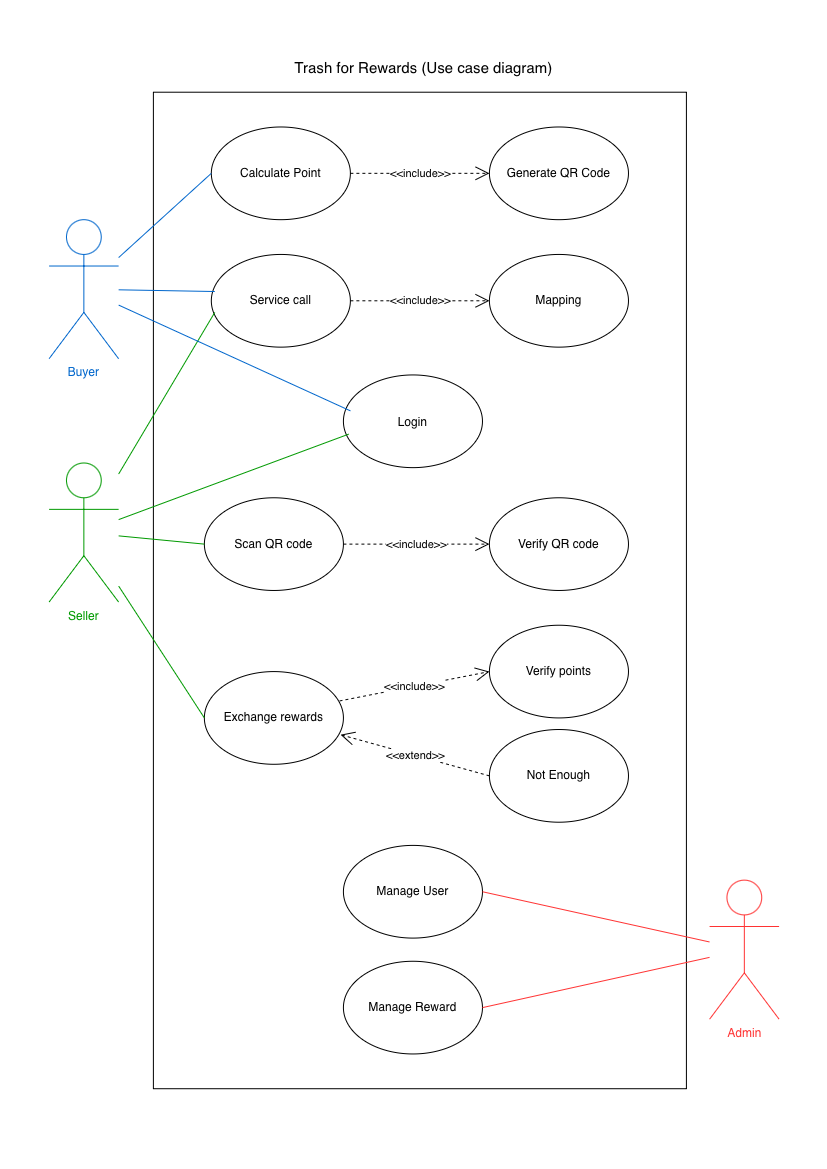
Before: usecase-diagram.png, a diagram exported from draw.io (supxreal/All-diagrams). Source tidied: cells renumbered, new cells last; positions are measured from the earlier drawing's top-left corner, leaving out a move shared by most shapes.
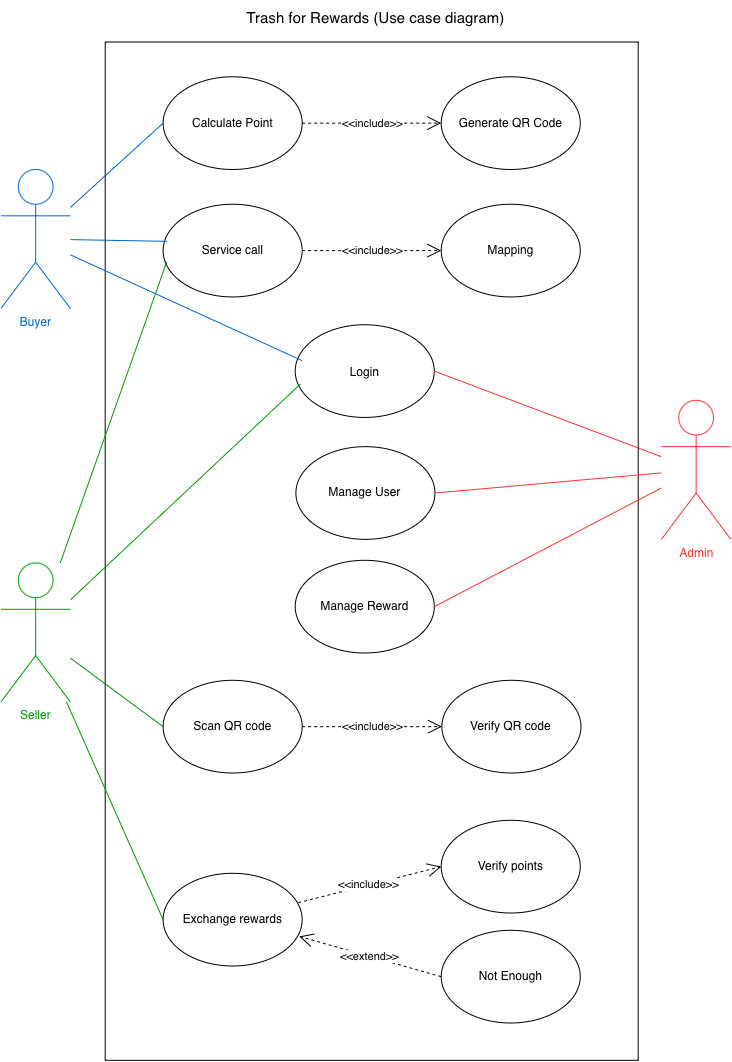
The same file after the commit.

What changed in the source:
```diff
@@ -2,101 +2,104 @@
   <root>
     <mxCell id="0" />
     <mxCell id="1" parent="0" />
-    <mxCell id="2" style="group;" parent="1" vertex="1">
-      <mxGeometry width="730" height="1038.2" as="geometry" />
-    </mxCell>
-    <mxCell id="3" style="rounded=0;whiteSpace=wrap;html=1;" parent="2" vertex="1">
-      <mxGeometry x="104.3" y="41.7" width="533" height="996.5" as="geometry" />
-    </mxCell>
+    <mxCell id="34" style="group;rounded=0;" parent="1" vertex="1">
+      <mxGeometry y="1177" width="730" height="1060" as="geometry" />
+    </mxCell>
+    <mxCell id="35" style="rounded=0;whiteSpace=wrap;html=1;" parent="34" vertex="1">
+      <mxGeometry x="104.3" y="41.7" width="533" height="1018.3" as="geometry" />
+    </mxCell>
-    <mxCell id="4" value="Seller" style="shape=umlActor;verticalLabelPosition=bottom;verticalAlign=top;html=1;outlineConnect=0;fontColor=#009900;strokeColor=#009900;" parent="2" vertex="1">
-      <mxGeometry y="412.5" width="69.5" height="139" as="geometry" />
+    <mxCell id="4" value="Seller" style="shape=umlActor;verticalLabelPosition=bottom;verticalAlign=top;html=1;outlineConnect=0;fontColor=#009900;strokeColor=#009900;rounded=0;" parent="34" vertex="1">
+      <mxGeometry y="562.6" width="69.5" height="139" as="geometry" />
     </mxCell>
-    <mxCell id="5" value="Buyer" style="shape=umlActor;verticalLabelPosition=bottom;verticalAlign=top;html=1;outlineConnect=0;strokeColor=#0066CC;fontColor=#0066CC;" parent="2" vertex="1">
+    <mxCell id="5" value="Buyer" style="shape=umlActor;verticalLabelPosition=bottom;verticalAlign=top;html=1;outlineConnect=0;strokeColor=#0066CC;fontColor=#0066CC;rounded=0;" parent="34" vertex="1">
       <mxGeometry y="169.2" width="69.5" height="139" as="geometry" />
     </mxCell>
-    <mxCell id="6" value="Admin" style="shape=umlActor;verticalLabelPosition=bottom;verticalAlign=top;html=1;outlineConnect=0;strokeColor=#FF3333;fontColor=#FF3333;" parent="2" vertex="1">
-      <mxGeometry x="660.5" y="829.6" width="69.5" height="139" as="geometry" />
+    <mxCell id="6" value="Admin" style="shape=umlActor;verticalLabelPosition=bottom;verticalAlign=top;html=1;outlineConnect=0;strokeColor=#FF3333;fontColor=#FF3333;rounded=0;" parent="34" vertex="1">
+      <mxGeometry x="660.5" y="400" width="69.5" height="139" as="geometry" />
     </mxCell>
-    <mxCell id="7" value="Calculate Point" style="ellipse;whiteSpace=wrap;html=1;shapeInside=1;" parent="2" vertex="1">
+    <mxCell id="7" value="Calculate Point" style="ellipse;whiteSpace=wrap;html=1;shapeInside=1;rounded=0;" parent="34" vertex="1">
       <mxGeometry x="162.2" y="76.5" width="139" height="92.7" as="geometry" />
     </mxCell>
-    <mxCell id="8" value="Generate QR Code" style="ellipse;whiteSpace=wrap;html=1;shapeInside=1;" parent="2" vertex="1">
+    <mxCell id="8" value="Generate QR Code" style="ellipse;whiteSpace=wrap;html=1;shapeInside=1;rounded=0;" parent="34" vertex="1">
       <mxGeometry x="440.3" y="76.5" width="139" height="92.7" as="geometry" />
     </mxCell>
-    <mxCell id="9" value="Service call" style="ellipse;whiteSpace=wrap;html=1;shapeInside=1;" parent="2" vertex="1">
+    <mxCell id="9" value="Service call" style="ellipse;whiteSpace=wrap;html=1;shapeInside=1;rounded=0;" parent="34" vertex="1">
       <mxGeometry x="162.2" y="203.9" width="139" height="92.7" as="geometry" />
     </mxCell>
-    <mxCell id="10" value="Mapping" style="ellipse;whiteSpace=wrap;html=1;shapeInside=1;" parent="2" vertex="1">
+    <mxCell id="10" value="Mapping" style="ellipse;whiteSpace=wrap;html=1;shapeInside=1;rounded=0;" parent="34" vertex="1">
       <mxGeometry x="440.3" y="203.9" width="139" height="92.7" as="geometry" />
     </mxCell>
-    <mxCell id="11" value="Exchange rewards" style="ellipse;whiteSpace=wrap;html=1;shapeInside=1;" parent="2" vertex="1">
-      <mxGeometry x="155.3" y="621.1" width="139" height="92.7" as="geometry" />
+    <mxCell id="11" value="Exchange rewards" style="ellipse;whiteSpace=wrap;html=1;shapeInside=1;rounded=0;" parent="34" vertex="1">
+      <mxGeometry x="162.2" y="873" width="139" height="92.7" as="geometry" />
     </mxCell>
-    <mxCell id="12" value="Verify points" style="ellipse;whiteSpace=wrap;html=1;shapeInside=1;" parent="2" vertex="1">
-      <mxGeometry x="440.3" y="574.7" width="139" height="92.7" as="geometry" />
+    <mxCell id="12" value="Verify points" style="ellipse;whiteSpace=wrap;html=1;shapeInside=1;rounded=0;" parent="34" vertex="1">
+      <mxGeometry x="440.3" y="820" width="139" height="92.7" as="geometry" />
     </mxCell>
-    <mxCell id="13" value="Not Enough" style="ellipse;whiteSpace=wrap;html=1;shapeInside=1;" parent="2" vertex="1">
-      <mxGeometry x="440.3" y="679" width="139" height="92.7" as="geometry" />
+    <mxCell id="13" value="Not Enough" style="ellipse;whiteSpace=wrap;html=1;shapeInside=1;rounded=0;" parent="34" vertex="1">
+      <mxGeometry x="440.3" y="930" width="139" height="92.7" as="geometry" />
     </mxCell>
-    <mxCell id="14" value="Scan QR code" style="ellipse;whiteSpace=wrap;html=1;shapeInside=1;" parent="2" vertex="1">
-      <mxGeometry x="155.3" y="447.3" width="139" height="92.7" as="geometry" />
+    <mxCell id="14" value="Scan QR code" style="ellipse;whiteSpace=wrap;html=1;shapeInside=1;rounded=0;" parent="34" vertex="1">
+      <mxGeometry x="162.2" y="680" width="139" height="92.7" as="geometry" />
     </mxCell>
-    <mxCell id="15" style="endArrow=none;html=1;rounded=0;entryX=0;entryY=0.5;entryDx=0;entryDy=0;fontColor=#0066CC;strokeColor=#0066CC;" parent="2" edge="1" source="5" target="7">
+    <mxCell id="15" style="endArrow=none;html=1;rounded=0;entryX=0;entryY=0.5;entryDx=0;entryDy=0;fontColor=#0066CC;strokeColor=#0066CC;" parent="34" edge="1" source="5" target="7">
       <mxGeometry relative="1" as="geometry" />
     </mxCell>
-    <mxCell id="16" style="endArrow=none;html=1;rounded=0;entryX=0.025;entryY=0.4;entryDx=0;entryDy=0;entryPerimeter=0;fontColor=#0066CC;strokeColor=#0066CC;" parent="2" edge="1" source="5" target="9">
+    <mxCell id="16" style="endArrow=none;html=1;rounded=0;entryX=0.025;entryY=0.4;entryDx=0;entryDy=0;entryPerimeter=0;fontColor=#0066CC;strokeColor=#0066CC;" parent="34" edge="1" source="5" target="9">
       <mxGeometry relative="1" as="geometry" />
     </mxCell>
-    <mxCell id="17" value="&amp;lt;&amp;lt;include&amp;gt;&amp;gt;" style="endArrow=open;endSize=12;dashed=1;html=1;rounded=0;exitX=1;exitY=0.5;exitDx=0;exitDy=0;entryX=0;entryY=0.5;entryDx=0;entryDy=0;" parent="2" edge="1" source="7" target="8">
+    <mxCell id="17" value="&amp;lt;&amp;lt;include&amp;gt;&amp;gt;" style="endArrow=open;endSize=12;dashed=1;html=1;rounded=0;exitX=1;exitY=0.5;exitDx=0;exitDy=0;entryX=0;entryY=0.5;entryDx=0;entryDy=0;" parent="34" edge="1" source="7" target="8">
       <mxGeometry relative="1" as="geometry" />
     </mxCell>
-    <mxCell id="18" value="&amp;lt;&amp;lt;include&amp;gt;&amp;gt;" style="endArrow=open;endSize=12;dashed=1;html=1;rounded=0;exitX=1;exitY=0.5;exitDx=0;exitDy=0;entryX=0;entryY=0.5;entryDx=0;entryDy=0;" parent="2" edge="1" source="9" target="10">
+    <mxCell id="18" value="&amp;lt;&amp;lt;include&amp;gt;&amp;gt;" style="endArrow=open;endSize=12;dashed=1;html=1;rounded=0;exitX=1;exitY=0.5;exitDx=0;exitDy=0;entryX=0;entryY=0.5;entryDx=0;entryDy=0;" parent="34" edge="1" source="9" target="10">
       <mxGeometry relative="1" as="geometry" />
     </mxCell>
-    <mxCell id="19" value="&amp;lt;&amp;lt;include&amp;gt;&amp;gt;" style="endArrow=open;endSize=12;dashed=1;html=1;rounded=0;exitX=0.972;exitY=0.317;exitDx=0;exitDy=0;entryX=0;entryY=0.5;entryDx=0;entryDy=0;exitPerimeter=0;" parent="2" edge="1" source="11" target="12">
+    <mxCell id="19" value="&amp;lt;&amp;lt;include&amp;gt;&amp;gt;" style="endArrow=open;endSize=12;dashed=1;html=1;rounded=0;exitX=0.972;exitY=0.317;exitDx=0;exitDy=0;entryX=0;entryY=0.5;entryDx=0;entryDy=0;exitPerimeter=0;" parent="34" edge="1" source="11" target="12">
       <mxGeometry relative="1" as="geometry" />
     </mxCell>
-    <mxCell id="20" value="&amp;lt;&amp;lt;extend&amp;gt;&amp;gt;" style="endArrow=open;endSize=12;dashed=1;html=1;rounded=0;exitX=0;exitY=0.5;exitDx=0;exitDy=0;entryX=0.979;entryY=0.681;entryDx=0;entryDy=0;entryPerimeter=0;" parent="2" edge="1" source="13" target="11">
+    <mxCell id="20" value="&amp;lt;&amp;lt;extend&amp;gt;&amp;gt;" style="endArrow=open;endSize=12;dashed=1;html=1;rounded=0;exitX=0;exitY=0.5;exitDx=0;exitDy=0;entryX=0.979;entryY=0.681;entryDx=0;entryDy=0;entryPerimeter=0;" parent="34" edge="1" source="13" target="11">
       <mxGeometry relative="1" as="geometry" />
     </mxCell>
-    <mxCell id="21" value="Manage User" style="ellipse;whiteSpace=wrap;html=1;shapeInside=1;" parent="2" vertex="1">
-      <mxGeometry x="294.3" y="794.9" width="139" height="92.7" as="geometry" />
+    <mxCell id="21" value="Manage User" style="ellipse;whiteSpace=wrap;html=1;shapeInside=1;rounded=0;" parent="34" vertex="1">
+      <mxGeometry x="295" y="446.3" width="139" height="92.7" as="geometry" />
     </mxCell>
-    <mxCell id="22" style="endArrow=none;html=1;rounded=0;entryX=0.025;entryY=0.625;entryDx=0;entryDy=0;entryPerimeter=0;strokeColor=#009900;" parent="2" edge="1" source="4" target="9">
+    <mxCell id="22" style="endArrow=none;html=1;rounded=0;entryX=0.025;entryY=0.625;entryDx=0;entryDy=0;entryPerimeter=0;strokeColor=#009900;" parent="34" edge="1" source="4" target="9">
       <mxGeometry relative="1" as="geometry" />
     </mxCell>
-    <mxCell id="23" style="endArrow=none;html=1;rounded=0;entryX=0;entryY=0.5;entryDx=0;entryDy=0;strokeColor=#009900;" parent="2" edge="1" source="4" target="11">
+    <mxCell id="23" style="endArrow=none;html=1;rounded=0;entryX=0;entryY=0.5;entryDx=0;entryDy=0;strokeColor=#009900;" parent="34" edge="1" source="4" target="11">
       <mxGeometry relative="1" as="geometry" />
     </mxCell>
-    <mxCell id="24" style="endArrow=none;html=1;rounded=0;entryX=0;entryY=0.5;entryDx=0;entryDy=0;strokeColor=#009900;" parent="2" edge="1" source="4" target="14">
+    <mxCell id="24" style="endArrow=none;html=1;rounded=0;entryX=0;entryY=0.5;entryDx=0;entryDy=0;strokeColor=#009900;" parent="34" edge="1" source="4" target="14">
       <mxGeometry relative="1" as="geometry" />
     </mxCell>
-    <mxCell id="25" value="Manage Reward" style="ellipse;whiteSpace=wrap;html=1;shapeInside=1;" parent="2" vertex="1">
-      <mxGeometry x="294.3" y="910.8" width="139" height="92.7" as="geometry" />
+    <mxCell id="25" value="Manage Reward" style="ellipse;whiteSpace=wrap;html=1;shapeInside=1;rounded=0;" parent="34" vertex="1">
+      <mxGeometry x="294.3" y="560" width="139" height="92.7" as="geometry" />
     </mxCell>
-    <mxCell id="26" style="endArrow=none;html=1;rounded=0;strokeColor=#FF3333;exitX=1;exitY=0.5;exitDx=0;exitDy=0;" parent="2" edge="1" source="21" target="6">
+    <mxCell id="26" style="endArrow=none;html=1;rounded=0;strokeColor=#FF3333;exitX=1;exitY=0.5;exitDx=0;exitDy=0;" parent="34" edge="1" source="21" target="6">
       <mxGeometry relative="1" as="geometry" />
     </mxCell>
-    <mxCell id="27" style="endArrow=none;html=1;rounded=0;strokeColor=#FF3333;exitX=1;exitY=0.5;exitDx=0;exitDy=0;" parent="2" edge="1" source="25" target="6">
+    <mxCell id="27" style="endArrow=none;html=1;rounded=0;strokeColor=#FF3333;exitX=1;exitY=0.5;exitDx=0;exitDy=0;" parent="34" edge="1" source="25" target="6">
       <mxGeometry relative="1" as="geometry" />
     </mxCell>
-    <mxCell id="28" value="Login" style="ellipse;whiteSpace=wrap;html=1;shapeInside=1;" parent="2" vertex="1">
+    <mxCell id="28" value="Login" style="ellipse;whiteSpace=wrap;html=1;shapeInside=1;rounded=0;" parent="34" vertex="1">
       <mxGeometry x="294.3" y="324.4" width="139" height="92.7" as="geometry" />
     </mxCell>
-    <mxCell id="29" style="endArrow=none;html=1;rounded=0;entryX=0.039;entryY=0.638;entryDx=0;entryDy=0;entryPerimeter=0;strokeColor=#009900;" parent="2" edge="1" source="4" target="28">
+    <mxCell id="29" style="endArrow=none;html=1;rounded=0;entryX=0.039;entryY=0.638;entryDx=0;entryDy=0;entryPerimeter=0;strokeColor=#009900;" parent="34" edge="1" source="4" target="28">
       <mxGeometry relative="1" as="geometry" />
     </mxCell>
-    <mxCell id="30" style="endArrow=none;html=1;rounded=0;entryX=0.051;entryY=0.388;entryDx=0;entryDy=0;entryPerimeter=0;fontColor=#0066CC;strokeColor=#0066CC;" parent="2" edge="1" source="5" target="28">
+    <mxCell id="30" style="endArrow=none;html=1;rounded=0;entryX=0.051;entryY=0.388;entryDx=0;entryDy=0;entryPerimeter=0;fontColor=#0066CC;strokeColor=#0066CC;" parent="34" edge="1" source="5" target="28">
       <mxGeometry relative="1" as="geometry" />
     </mxCell>
-    <mxCell id="31" value="Verify QR code" style="ellipse;whiteSpace=wrap;html=1;shapeInside=1;" parent="2" vertex="1">
-      <mxGeometry x="440.3" y="447.3" width="139" height="92.7" as="geometry" />
+    <mxCell id="31" value="Verify QR code" style="ellipse;whiteSpace=wrap;html=1;shapeInside=1;rounded=0;" parent="34" vertex="1">
+      <mxGeometry x="441" y="680" width="139" height="92.7" as="geometry" />
     </mxCell>
-    <mxCell id="32" value="&amp;lt;&amp;lt;include&amp;gt;&amp;gt;" style="endArrow=open;endSize=12;dashed=1;html=1;rounded=0;exitX=1;exitY=0.5;exitDx=0;exitDy=0;entryX=0;entryY=0.5;entryDx=0;entryDy=0;" parent="2" edge="1" source="14" target="31">
+    <mxCell id="32" value="&amp;lt;&amp;lt;include&amp;gt;&amp;gt;" style="endArrow=open;endSize=12;dashed=1;html=1;rounded=0;exitX=1;exitY=0.5;exitDx=0;exitDy=0;entryX=0;entryY=0.5;entryDx=0;entryDy=0;" parent="34" edge="1" source="14" target="31">
       <mxGeometry relative="1" as="geometry" />
     </mxCell>
-    <mxCell id="33" value="Trash for Rewards (Use case diagram)" style="text;html=1;whiteSpace=wrap;strokeColor=none;fillColor=none;align=center;verticalAlign=middle;rounded=0;fontSize=15;fontStyle=0;" parent="2" vertex="1">
+    <mxCell id="33" value="Trash for Rewards (Use case diagram)" style="text;html=1;whiteSpace=wrap;strokeColor=none;fillColor=none;align=center;verticalAlign=middle;rounded=0;fontSize=15;fontStyle=0;" parent="34" vertex="1">
       <mxGeometry x="216.7" width="317.5" height="34.8" as="geometry" />
     </mxCell>
+    <mxCell id="36" style="endArrow=none;html=1;rounded=0;strokeColor=#FF3333;exitX=1;exitY=0.5;exitDx=0;exitDy=0;" parent="34" edge="1" source="28" target="6">
+      <mxGeometry relative="1" as="geometry" />
+    </mxCell>
   </root>
 </mxGraphModel>
```
